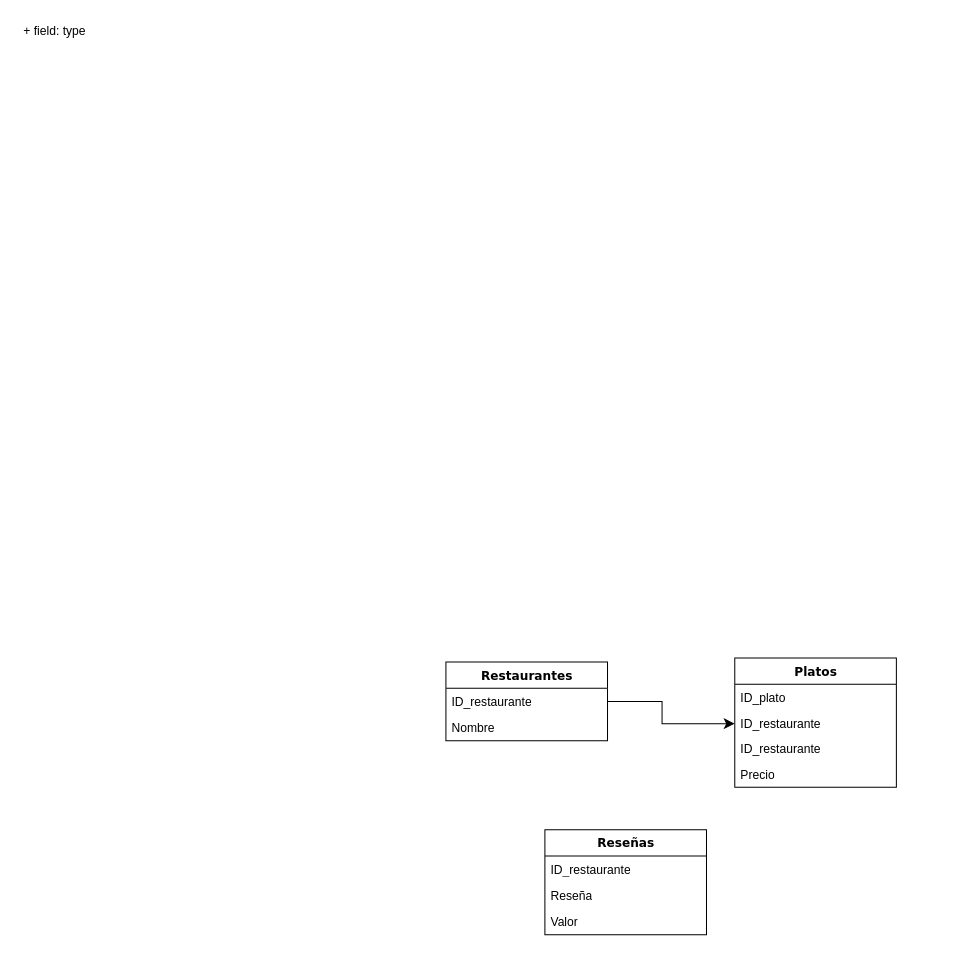
Above: Foodio.drawio in Mikemaranon/DrawIO-Diagrams (draw.io), before the change. Source tidied: cells renumbered, new cells numbered last; positions are measured from the earlier drawing's top-left corner, leaving out a move shared by most shapes. Both pictures are drawn from the tidied source at 101%, with x=0, y=0 at pixel (17, 17).
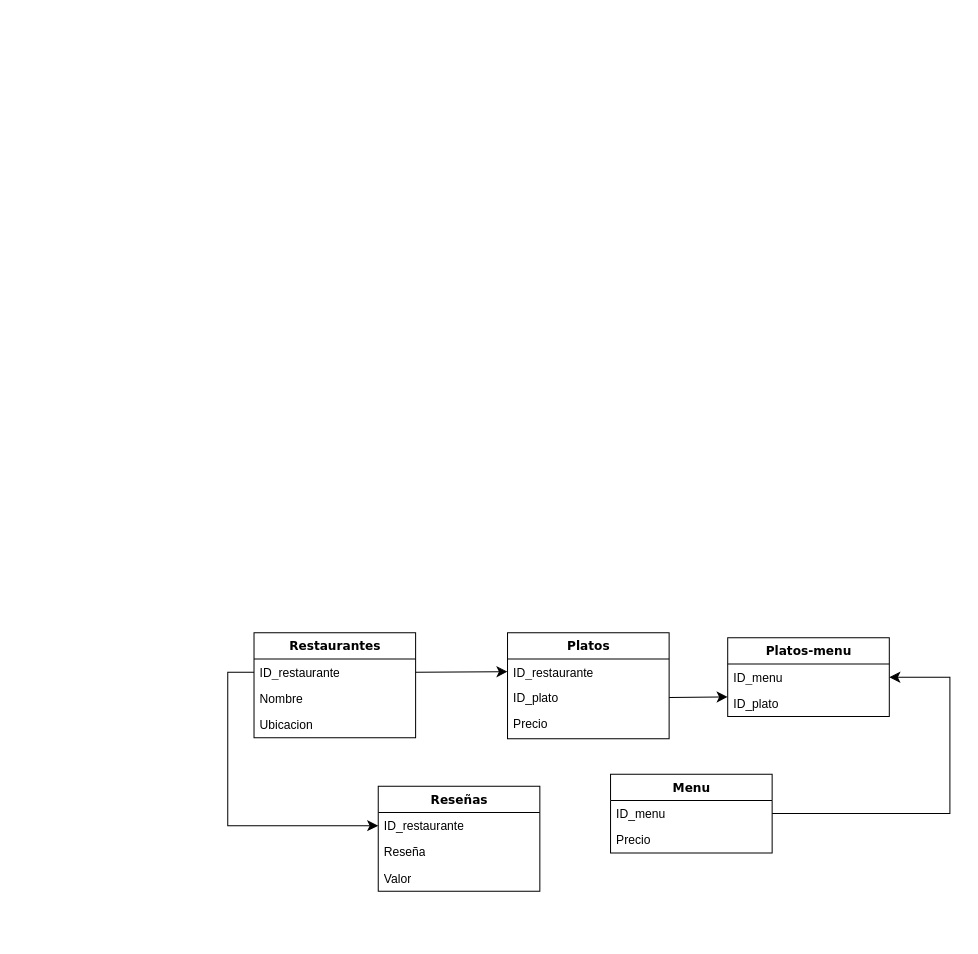
Above is the later version.

Commit message:
BDD acabada

Unchanged cells that the change refers to:
```xml
<mxCell id="3" value="ID_restaurante" style="text;html=1;strokeColor=none;fillColor=none;align=left;verticalAlign=top;spacingLeft=4;spacingRight=4;whiteSpace=wrap;overflow=hidden;points=[[0,0.5],[1,0.5]];portConstraint=eastwest;" parent="2" vertex="1">
  <mxGeometry y="26" width="160" height="26" as="geometry" />
</mxCell>
<mxCell id="13" value="ID_restaurante" style="text;html=1;strokeColor=none;fillColor=none;align=left;verticalAlign=top;spacingLeft=4;spacingRight=4;whiteSpace=wrap;overflow=hidden;points=[[0,0.5],[1,0.5]];portConstraint=eastwest;" parent="12" vertex="1">
  <mxGeometry y="26" width="160" height="26" as="geometry" />
</mxCell>
```

Change to the diagram source:
```diff
@@
     <mxCell id="2" value="Restaurantes" style="swimlane;html=1;fontStyle=1;align=center;verticalAlign=top;horizontal=1;startSize=26;swimlaneFillColor=#ffffff;rounded=0;shadow=0;comic=0;labelBackgroundColor=none;strokeWidth=1;fillColor=none;fontFamily=Verdana;fontSize=12;" parent="1" vertex="1">
-      <mxGeometry x="424" y="638" width="160" height="78" as="geometry" />
+      <mxGeometry x="234" y="609" width="160" height="104" as="geometry" />
     </mxCell>
@@
+    <mxCell id="16" value="Nombre" style="text;html=1;strokeColor=none;fillColor=none;align=left;verticalAlign=top;spacingLeft=4;spacingRight=4;whiteSpace=wrap;overflow=hidden;" parent="2" vertex="1">
+      <mxGeometry y="52" width="160" height="26" as="geometry" />
+    </mxCell>
-    <mxCell id="4" value="Nombre" style="text;html=1;strokeColor=none;fillColor=none;align=left;verticalAlign=top;spacingLeft=4;spacingRight=4;whiteSpace=wrap;overflow=hidden;" parent="2" vertex="1">
-      <mxGeometry y="52" width="160" height="26" as="geometry" />
+    <mxCell id="4" value="Ubicacion" style="text;html=1;strokeColor=none;fillColor=none;align=left;verticalAlign=top;spacingLeft=4;spacingRight=4;whiteSpace=wrap;overflow=hidden;" parent="2" vertex="1">
+      <mxGeometry y="78" width="160" height="26" as="geometry" />
     </mxCell>
-    <mxCell id="5" value="+ field: type" style="text;html=1;strokeColor=none;fillColor=none;align=left;verticalAlign=top;spacingLeft=4;spacingRight=4;whiteSpace=wrap;overflow=hidden;" parent="1" vertex="1">
-      <mxGeometry width="160" height="26" as="geometry" />
-    </mxCell>
     <mxCell id="6" value="Platos" style="swimlane;html=1;fontStyle=1;align=center;verticalAlign=top;horizontal=1;startSize=26;swimlaneFillColor=#ffffff;rounded=0;shadow=0;comic=0;labelBackgroundColor=none;strokeWidth=1;fillColor=none;fontFamily=Verdana;fontSize=12;" parent="1" vertex="1">
-      <mxGeometry x="710" y="634" width="160" height="128" as="geometry" />
+      <mxGeometry x="485" y="609" width="160" height="105" as="geometry" />
     </mxCell>
+    <mxCell id="8" value="ID_restaurante" style="text;html=1;strokeColor=none;fillColor=none;align=left;verticalAlign=top;spacingLeft=4;spacingRight=4;whiteSpace=wrap;overflow=hidden;points=[[0,0.5],[1,0.5]];portConstraint=eastwest;" parent="6" vertex="1">
+      <mxGeometry y="26" width="160" height="25" as="geometry" />
+    </mxCell>
     <mxCell id="7" value="ID_plato" style="text;html=1;strokeColor=none;fillColor=none;align=left;verticalAlign=top;spacingLeft=4;spacingRight=4;whiteSpace=wrap;overflow=hidden;points=[[0,0.5],[1,0.5]];portConstraint=eastwest;" parent="6" vertex="1">
-      <mxGeometry y="26" width="160" height="26" as="geometry" />
+      <mxGeometry y="51" width="160" height="26" as="geometry" />
     </mxCell>
-    <mxCell id="8" value="ID_restaurante" style="text;html=1;strokeColor=none;fillColor=none;align=left;verticalAlign=top;spacingLeft=4;spacingRight=4;whiteSpace=wrap;overflow=hidden;points=[[0,0.5],[1,0.5]];portConstraint=eastwest;" parent="6" vertex="1">
-      <mxGeometry y="52" width="160" height="25" as="geometry" />
-    </mxCell>
-    <mxCell id="9" value="ID_restaurante" style="text;html=1;strokeColor=none;fillColor=none;align=left;verticalAlign=top;spacingLeft=4;spacingRight=4;whiteSpace=wrap;overflow=hidden;" parent="6" vertex="1">
-      <mxGeometry y="77" width="160" height="25" as="geometry" />
-    </mxCell>
     <mxCell id="10" value="Precio" style="text;html=1;strokeColor=none;fillColor=none;align=left;verticalAlign=top;spacingLeft=4;spacingRight=4;whiteSpace=wrap;overflow=hidden;" parent="6" vertex="1">
-      <mxGeometry y="102" width="160" height="26" as="geometry" />
+      <mxGeometry y="77" width="160" height="26" as="geometry" />
     </mxCell>
-    <mxCell id="11" style="edgeStyle=segmentEdgeStyle;endArrow=classic;html=1;curved=0;rounded=0;endSize=8;startSize=8;sourcePerimeterSpacing=0;targetPerimeterSpacing=0;fontSize=12;exitX=1;exitY=0.5;exitDx=0;exitDy=0;" parent="1" edge="1" source="3" target="8">
-      <mxGeometry relative="1" as="geometry">
-        <Array as="points">
-          <mxPoint x="638" y="677" />
-          <mxPoint x="638" y="699" />
-        </Array>
-      </mxGeometry>
-    </mxCell>
     <mxCell id="12" value="Reseñas" style="swimlane;html=1;fontStyle=1;align=center;verticalAlign=top;horizontal=1;startSize=26;swimlaneFillColor=#ffffff;rounded=0;shadow=0;comic=0;labelBackgroundColor=none;strokeWidth=1;fillColor=none;fontFamily=Verdana;fontSize=12;" parent="1" vertex="1">
-      <mxGeometry x="522" y="804" width="160" height="104" as="geometry" />
+      <mxGeometry x="357" y="761" width="160" height="104" as="geometry" />
     </mxCell>
@@
+    <mxCell id="17" style="edgeStyle=segmentEdgeStyle;endArrow=classic;html=1;curved=0;rounded=0;endSize=8;startSize=8;sourcePerimeterSpacing=0;targetPerimeterSpacing=0;fontSize=12;entryX=0;entryY=0.5;entryDx=0;entryDy=0;exitX=0;exitY=0.5;exitDx=0;exitDy=0;" parent="1" edge="1" source="3" target="13">
+      <mxGeometry relative="1" as="geometry">
+        <Array as="points">
+          <mxPoint x="208" y="648" />
+          <mxPoint x="208" y="800" />
+        </Array>
+      </mxGeometry>
+    </mxCell>
+    <mxCell id="18" value="Menu" style="swimlane;html=1;fontStyle=1;align=center;verticalAlign=top;horizontal=1;startSize=26;swimlaneFillColor=#ffffff;rounded=0;shadow=0;comic=0;labelBackgroundColor=none;strokeWidth=1;fillColor=none;fontFamily=Verdana;fontSize=12;" parent="1" vertex="1">
+      <mxGeometry x="587" y="749" width="160" height="78" as="geometry" />
+    </mxCell>
+    <mxCell id="19" value="ID_menu" style="text;html=1;strokeColor=none;fillColor=none;align=left;verticalAlign=top;spacingLeft=4;spacingRight=4;whiteSpace=wrap;overflow=hidden;points=[[0,0.5],[1,0.5]];portConstraint=eastwest;" parent="18" vertex="1">
+      <mxGeometry y="26" width="160" height="26" as="geometry" />
+    </mxCell>
+    <mxCell id="20" value="Precio" style="text;html=1;strokeColor=none;fillColor=none;align=left;verticalAlign=top;spacingLeft=4;spacingRight=4;whiteSpace=wrap;overflow=hidden;" parent="18" vertex="1">
+      <mxGeometry y="52" width="160" height="26" as="geometry" />
+    </mxCell>
+    <mxCell id="21" value="Platos-menu" style="swimlane;html=1;fontStyle=1;align=center;verticalAlign=top;horizontal=1;startSize=26;swimlaneFillColor=#ffffff;rounded=0;shadow=0;comic=0;labelBackgroundColor=none;strokeWidth=1;fillColor=none;fontFamily=Verdana;fontSize=12;" parent="1" vertex="1">
+      <mxGeometry x="703" y="614" width="160" height="78" as="geometry" />
+    </mxCell>
+    <mxCell id="22" value="ID_menu" style="text;html=1;strokeColor=none;fillColor=none;align=left;verticalAlign=top;spacingLeft=4;spacingRight=4;whiteSpace=wrap;overflow=hidden;points=[[0,0.5],[1,0.5]];portConstraint=eastwest;" parent="21" vertex="1">
+      <mxGeometry y="26" width="160" height="26" as="geometry" />
+    </mxCell>
+    <mxCell id="23" value="ID_plato" style="text;html=1;strokeColor=none;fillColor=none;align=left;verticalAlign=top;spacingLeft=4;spacingRight=4;whiteSpace=wrap;overflow=hidden;" parent="21" vertex="1">
+      <mxGeometry y="52" width="160" height="26" as="geometry" />
+    </mxCell>
+    <mxCell id="11" style="edgeStyle=none;curved=1;rounded=0;jettySize=auto;html=1;exitX=1;exitY=0.5;exitDx=0;exitDy=0;entryX=0;entryY=0.5;entryDx=0;entryDy=0;fontSize=12;startSize=8;endSize=8;" parent="1" edge="1" source="3" target="8">
+      <mxGeometry relative="1" as="geometry" />
+    </mxCell>
+    <mxCell id="24" style="edgeStyle=none;curved=1;rounded=0;jettySize=auto;html=1;exitX=1;exitY=0.5;exitDx=0;exitDy=0;fontSize=12;startSize=8;endSize=8;entryX=0;entryY=0.75;entryDx=0;entryDy=0;" parent="1" edge="1" source="7" target="21">
+      <mxGeometry relative="1" as="geometry" />
+    </mxCell>
+    <mxCell id="25" style="edgeStyle=segmentEdgeStyle;endArrow=classic;html=1;curved=0;rounded=0;endSize=8;startSize=8;sourcePerimeterSpacing=0;targetPerimeterSpacing=0;fontSize=12;exitX=1;exitY=0.5;exitDx=0;exitDy=0;entryX=1;entryY=0.5;entryDx=0;entryDy=0;" parent="1" edge="1" source="19" target="22">
+      <mxGeometry relative="1" as="geometry">
+        <Array as="points">
+          <mxPoint x="923" y="788" />
+          <mxPoint x="923" y="653" />
+        </Array>
+      </mxGeometry>
+    </mxCell>
```
